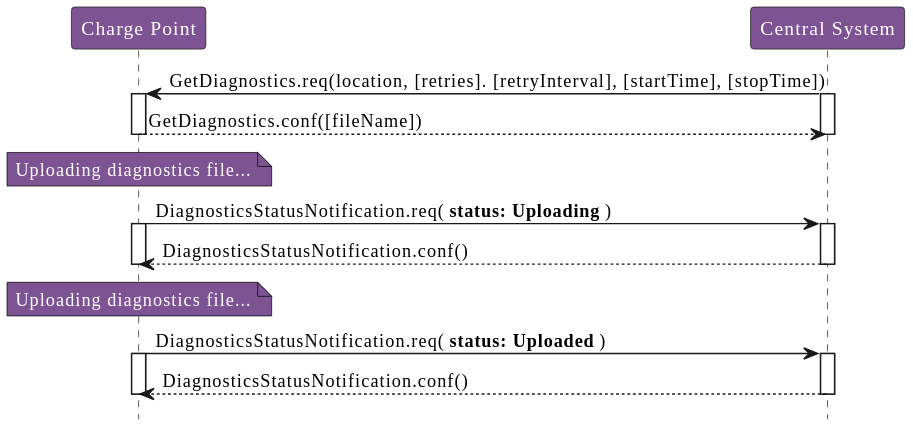
The PlantUML diagram OCPP_1.6_ko/images/figure_30.svg in phoi5675/ocpp-markdown, before a commit. Source of this version:
```plantuml
@startuml
!include style.puml

participant "Charge Point" as ChargePoint
participant "Central System" as CentralSystem

CentralSystem -> ChargePoint : GetDiagnostics.req(location, [retries]. [retryInterval], [startTime], [stopTime])
activate ChargePoint
activate CentralSystem

ChargePoint --> CentralSystem : GetDiagnostics.conf([fileName])
deactivate CentralSystem
deactivate ChargePoint

note over ChargePoint
  Uploading diagnostics file...
end note

ChargePoint -> CentralSystem : DiagnosticsStatusNotification.req( **status: Uploading** )
activate ChargePoint
activate CentralSystem

CentralSystem --> ChargePoint : DiagnosticsStatusNotification.conf()
deactivate CentralSystem
deactivate ChargePoint

note over ChargePoint
  Uploading diagnostics file...
end note

ChargePoint -> CentralSystem : DiagnosticsStatusNotification.req( **status: Uploaded** )
activate ChargePoint
activate CentralSystem

CentralSystem --> ChargePoint : DiagnosticsStatusNotification.conf()
deactivate CentralSystem
deactivate ChargePoint
@enduml
```
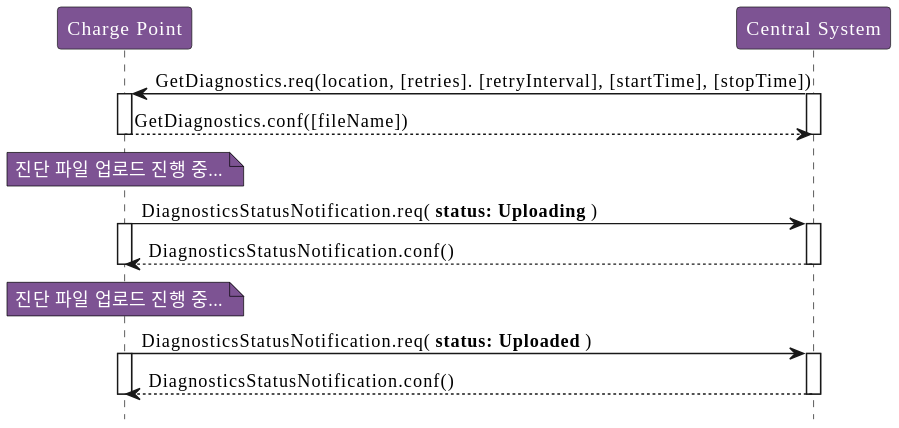
Above is the later version.

The edit, as a diff of the source:
```diff
@@ -13,7 +13,7 @@
 deactivate ChargePoint
 
 note over ChargePoint
-  Uploading diagnostics file...
+  진단 파일 업로드 진행 중...
 end note
 
 ChargePoint -> CentralSystem : DiagnosticsStatusNotification.req( **status: Uploading** )
@@ -25,7 +25,7 @@
 deactivate ChargePoint
 
 note over ChargePoint
-  Uploading diagnostics file...
+  진단 파일 업로드 진행 중...
 end note
 
 ChargePoint -> CentralSystem : DiagnosticsStatusNotification.req( **status: Uploaded** )
```
